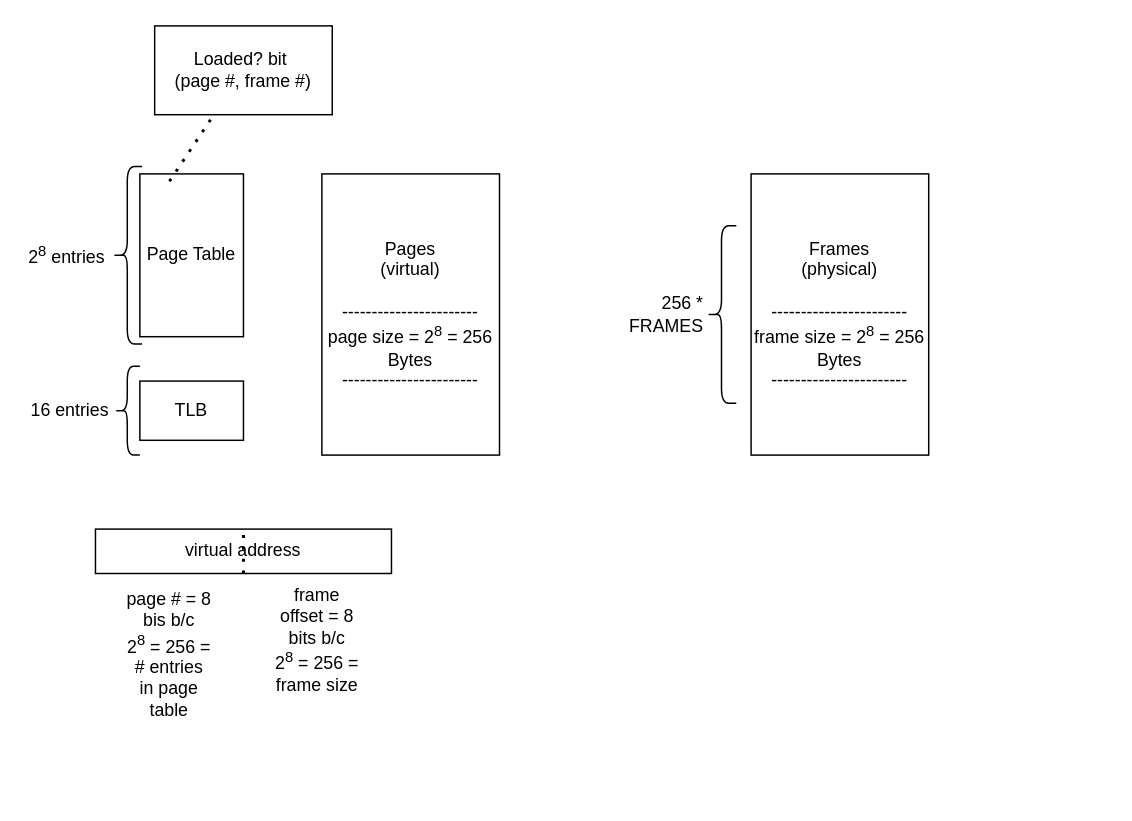
Earlier version of the draw.io diagram Proj3/Proj3.drawio (petersonq3181/CSC-453-OS). Source tidied: cells renumbered, new cells numbered last; positions are measured from the earlier drawing's top-left corner, leaving out a move shared by most shapes. Both pictures are drawn from the tidied source at 148%, with x=0, y=0 at pixel (25, 25).
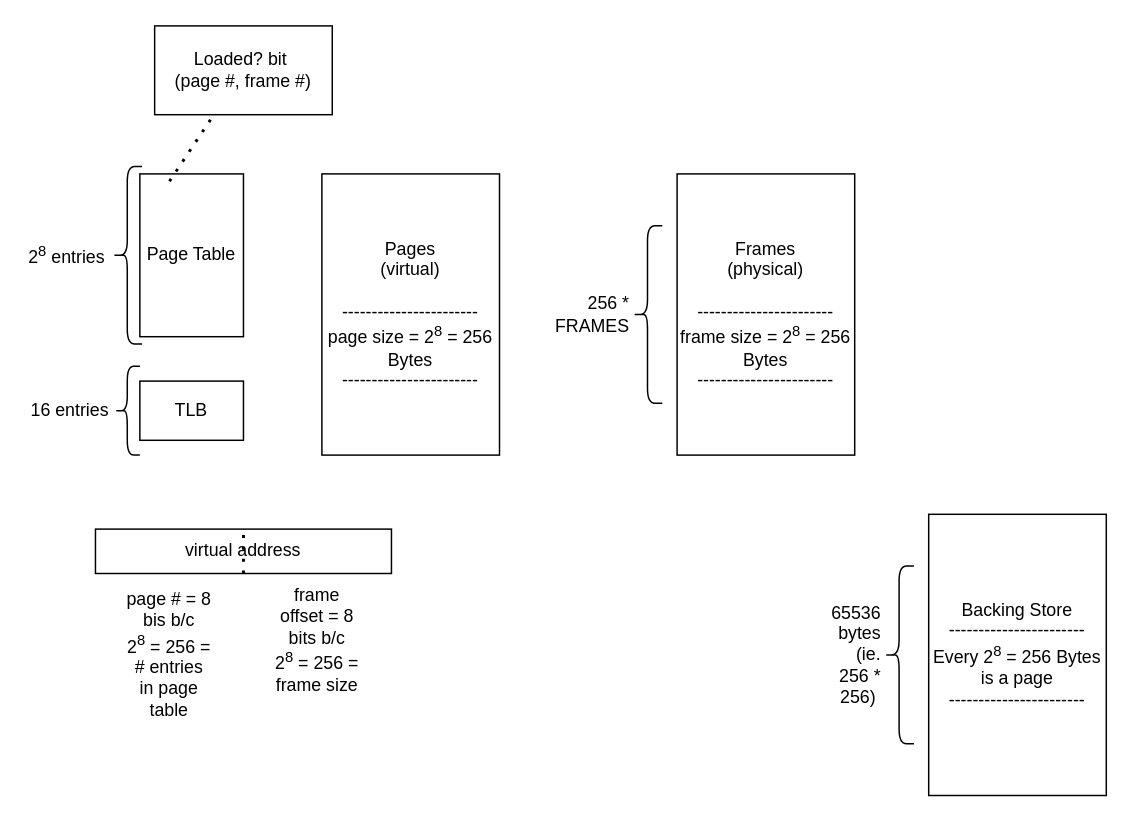
After the change.

Commit message (it also covers changes not shown here):
Proj3: Refactor out ref sequence parsing

What changed in the source:
```diff
@@
 <mxGraphModel>
   <root>
     <mxCell id="0" />
     <mxCell id="1" parent="0" />
     <mxCell id="2" value="Page Table" style="rounded=0;whiteSpace=wrap;html=1;" parent="1" vertex="1">
       <mxGeometry x="77" y="100" width="70" height="110" as="geometry" />
     </mxCell>
     <mxCell id="3" value="256 * FRAMES" style="shape=curlyBracket;whiteSpace=wrap;html=1;rounded=1;labelPosition=left;verticalLabelPosition=middle;align=right;verticalAlign=middle;" parent="1" vertex="1">
-      <mxGeometry x="460" y="135" width="20" height="120" as="geometry" />
+      <mxGeometry x="410" y="135" width="20" height="120" as="geometry" />
     </mxCell>
     <mxCell id="4" value="TLB" style="rounded=0;whiteSpace=wrap;html=1;" parent="1" vertex="1">
       <mxGeometry x="77" y="240" width="70" height="40" as="geometry" />
     </mxCell>
     <mxCell id="5" style="shape=curlyBracket;whiteSpace=wrap;html=1;rounded=1;labelPosition=left;verticalLabelPosition=middle;align=right;verticalAlign=middle;" parent="1" vertex="1">
       <mxGeometry x="60" y="230" width="17" height="60" as="geometry" />
     </mxCell>
     <mxCell id="6" value="16 entries" style="text;html=1;strokeColor=none;fillColor=none;align=center;verticalAlign=middle;whiteSpace=wrap;rounded=0;" parent="1" vertex="1">
       <mxGeometry y="245" width="60" height="30" as="geometry" />
     </mxCell>
     <mxCell id="7" value="Pages&lt;br&gt;(virtual)&lt;br&gt;&lt;br&gt;-----------------------&lt;br&gt;page size = 2&lt;sup&gt;8&lt;/sup&gt;&amp;nbsp;= 256 Bytes&lt;br&gt;-----------------------" style="rounded=0;whiteSpace=wrap;html=1;" parent="1" vertex="1">
       <mxGeometry x="200" y="100" width="120" height="190" as="geometry" />
     </mxCell>
     <mxCell id="8" value="Frames&lt;br&gt;(physical)&lt;br&gt;&lt;br&gt;-----------------------&lt;br&gt;frame size = 2&lt;sup&gt;8&lt;/sup&gt;&amp;nbsp;= 256 Bytes&lt;br&gt;-----------------------" style="rounded=0;whiteSpace=wrap;html=1;" parent="1" vertex="1">
-      <mxGeometry x="490" y="100" width="120" height="190" as="geometry" />
+      <mxGeometry x="440" y="100" width="120" height="190" as="geometry" />
     </mxCell>
     <mxCell id="9" value="2&lt;sup&gt;8&lt;/sup&gt;&amp;nbsp;entries&amp;nbsp;" style="shape=curlyBracket;whiteSpace=wrap;html=1;rounded=1;labelPosition=left;verticalLabelPosition=middle;align=right;verticalAlign=middle;" parent="1" vertex="1">
       <mxGeometry x="58.5" y="95" width="20" height="120" as="geometry" />
     </mxCell>
     <mxCell id="10" style="endArrow=none;dashed=1;html=1;dashPattern=1 3;strokeWidth=2;rounded=0;" parent="1" edge="1" target="11">
       <mxGeometry relative="1" as="geometry">
         <mxPoint x="97" y="105" as="sourcePoint" />
       </mxGeometry>
     </mxCell>
     <mxCell id="11" value="Loaded? bit&amp;nbsp;&lt;br&gt;(page #, frame #)" style="rounded=0;whiteSpace=wrap;html=1;" parent="1" vertex="1">
       <mxGeometry x="87" width="120" height="60" as="geometry" />
     </mxCell>
     <mxCell id="12" style="group;" parent="1" vertex="1">
       <mxGeometry x="47" y="340" width="200" height="100" as="geometry" />
     </mxCell>
     <mxCell id="13" value="virtual address" style="rounded=0;whiteSpace=wrap;html=1;" parent="12" vertex="1">
       <mxGeometry width="200" height="30" as="geometry" />
     </mxCell>
     <mxCell id="14" style="endArrow=none;dashed=1;html=1;dashPattern=1 3;strokeWidth=2;rounded=0;exitX=0.5;exitY=1;exitDx=0;exitDy=0;entryX=0.5;entryY=0;entryDx=0;entryDy=0;" parent="12" edge="1" source="13" target="13">
       <mxGeometry relative="1" as="geometry" />
     </mxCell>
     <mxCell id="15" value="frame offset = 8 bits b/c 2&lt;sup&gt;8&lt;/sup&gt;&amp;nbsp;= 256 = frame size" style="text;html=1;strokeColor=none;fillColor=none;align=center;verticalAlign=middle;whiteSpace=wrap;rounded=0;" parent="12" vertex="1">
       <mxGeometry x="120" y="60" width="60" height="30" as="geometry" />
     </mxCell>
     <mxCell id="16" value="page # = 8 bis b/c 2&lt;sup&gt;8&lt;/sup&gt;&amp;nbsp;= 256 = # entries in page table" style="text;html=1;strokeColor=none;fillColor=none;align=center;verticalAlign=middle;whiteSpace=wrap;rounded=0;" parent="12" vertex="1">
       <mxGeometry x="20" y="70" width="60" height="30" as="geometry" />
     </mxCell>
+    <mxCell id="17" value="65536 bytes (ie. 256 * 256)&amp;nbsp;" style="shape=curlyBracket;whiteSpace=wrap;html=1;rounded=1;labelPosition=left;verticalLabelPosition=middle;align=right;verticalAlign=middle;" parent="1" vertex="1">
+      <mxGeometry x="580" y="365" width="20" height="120" as="geometry" />
+    </mxCell>
+    <mxCell id="18" value="Backing Store&lt;br&gt;-----------------------&lt;br&gt;Every 2&lt;sup&gt;8&lt;/sup&gt;&amp;nbsp;= 256 Bytes is a page&lt;br&gt;-----------------------" style="rounded=0;whiteSpace=wrap;html=1;" parent="1" vertex="1">
+      <mxGeometry x="610" y="330" width="120" height="190" as="geometry" />
+    </mxCell>
   </root>
 </mxGraphModel>
```
